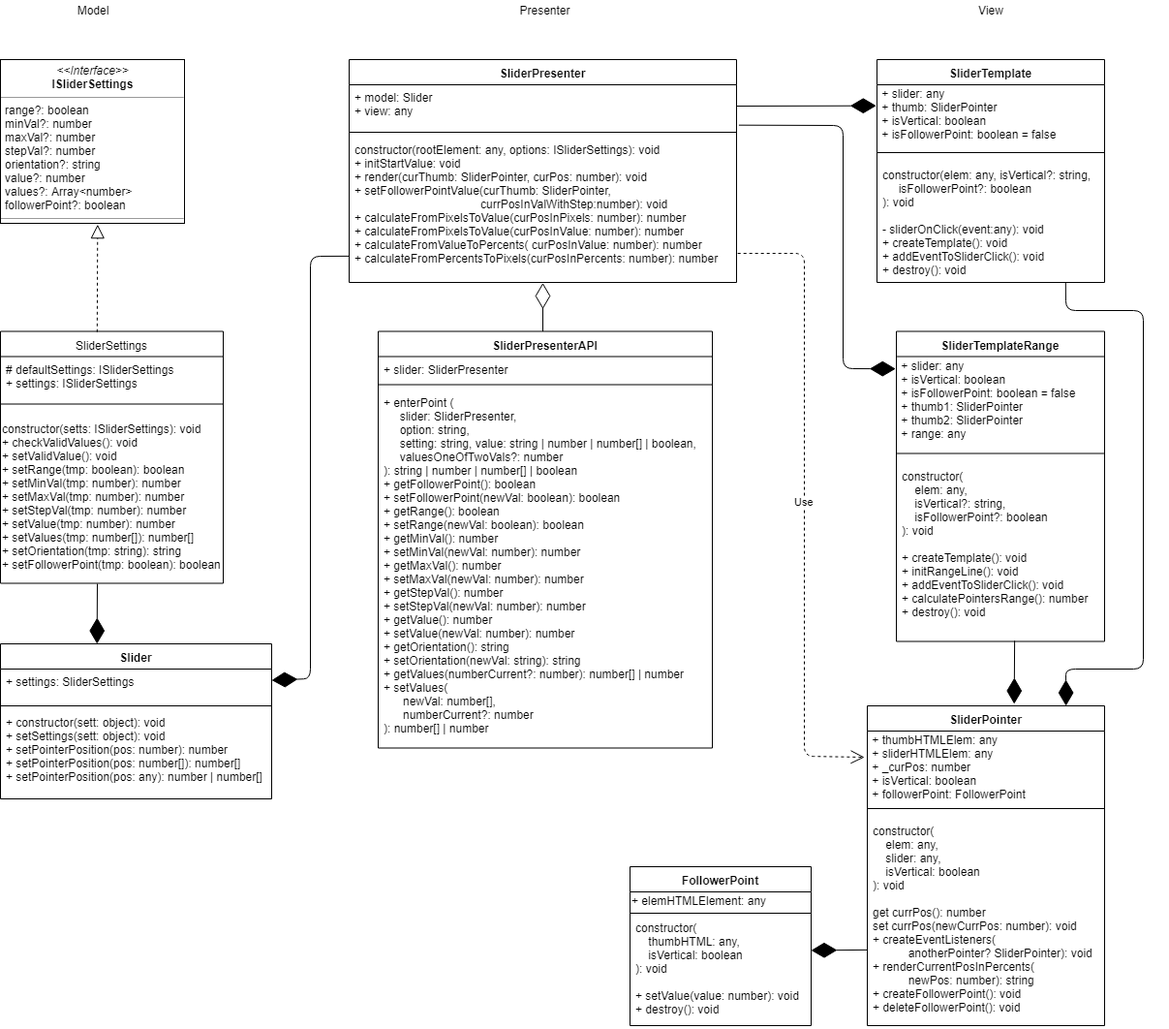
This is uml.png from Hahahayabanan/FSD-4th-task, a draw.io export, as it was before one commit. Source tidied: cells renumbered, new cells last; positions are measured from the earlier drawing's top-left corner, leaving out a move shared by most shapes.
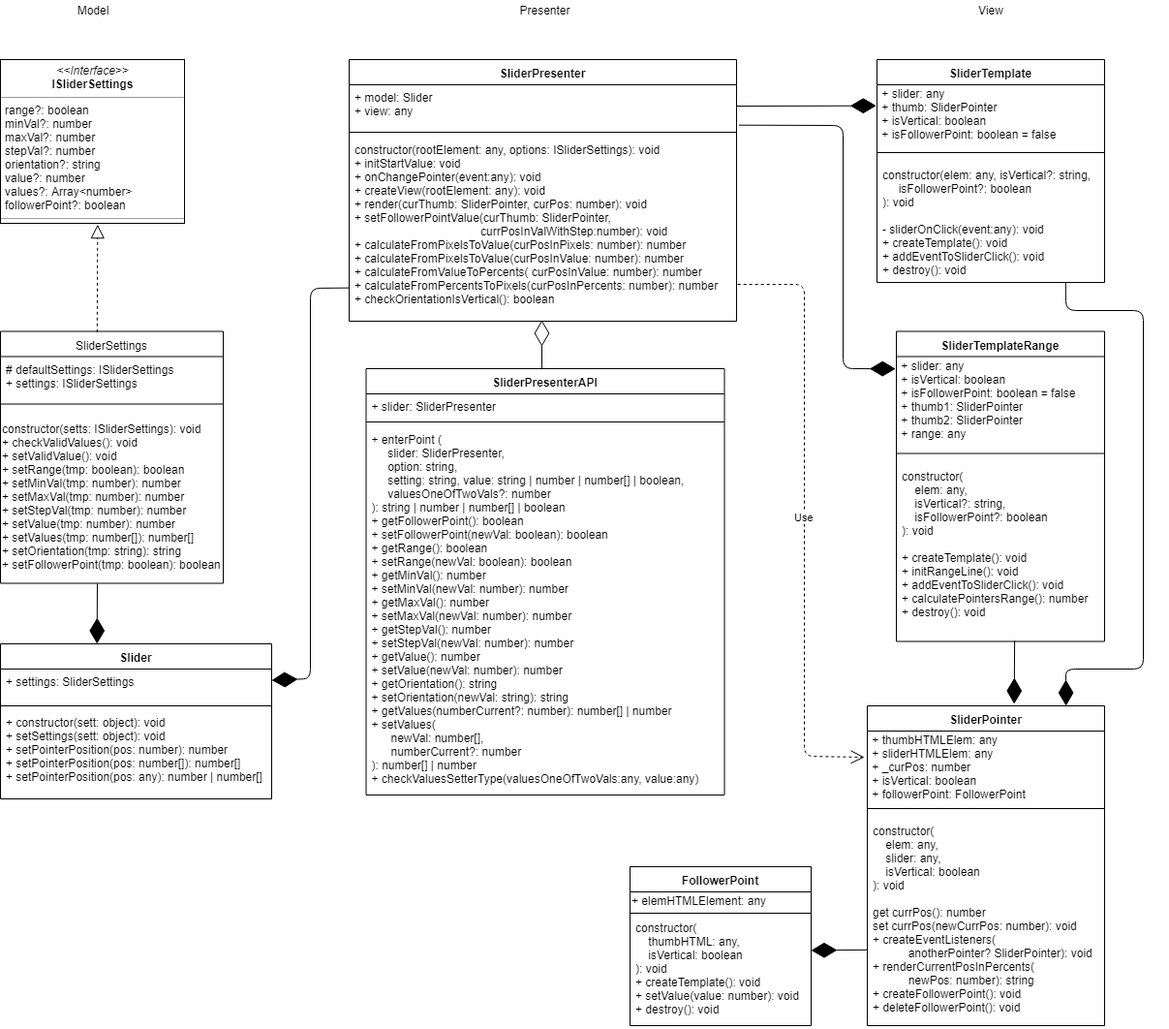
After the change.

The edit, as a diff of the source:
```diff
@@ -18,7 +18,7 @@
       <mxGeometry y="106" width="235" height="124" as="geometry" />
     </mxCell>
     <mxCell id="7" value="SliderPresenter" style="swimlane;fontStyle=1;align=center;verticalAlign=top;horizontal=1;startSize=26;" parent="1" vertex="1">
-      <mxGeometry x="360" y="61" width="400" height="230" as="geometry" />
+      <mxGeometry x="360" y="61" width="400" height="270" as="geometry" />
     </mxCell>
     <mxCell id="8" value="+ model: Slider&#10;+ view: any" style="text;strokeColor=none;fillColor=none;align=left;verticalAlign=top;spacingLeft=4;spacingRight=4;overflow=hidden;points=[[0,0.5],[1,0.5]];portConstraint=eastwest;" parent="7" vertex="1">
       <mxGeometry y="26" width="400" height="44" as="geometry" />
@@ -26,8 +26,8 @@
     <mxCell id="9" style="line;strokeWidth=1;fillColor=none;align=left;verticalAlign=middle;spacingTop=-1;spacingLeft=3;spacingRight=3;labelPosition=right;" parent="7" vertex="1">
       <mxGeometry y="70" width="400" height="10" as="geometry" />
     </mxCell>
-    <mxCell id="10" value="constructor(rootElement: any, options: ISliderSettings): void&#10;+ initStartValue: void&#10;+ render(curThumb: SliderPointer, curPos: number): void&#10;+ setFollowerPointValue(curThumb: SliderPointer, &#10;                                       currPosInValWithStep:number): void&#10;+ calculateFromPixelsToValue(curPosInPixels: number): number&#10;+ calculateFromPixelsToValue(curPosInValue: number): number&#10;+ calculateFromValueToPercents( curPosInValue: number): number&#10;+ calculateFromPercentsToPixels(curPosInPercents: number): number&#10;" style="text;strokeColor=none;fillColor=none;align=left;verticalAlign=top;spacingLeft=4;spacingRight=4;overflow=hidden;points=[[0,0.5],[1,0.5]];portConstraint=eastwest;" parent="7" vertex="1">
-      <mxGeometry y="80" width="400" height="150" as="geometry" />
+    <mxCell id="10" value="constructor(rootElement: any, options: ISliderSettings): void&#10;+ initStartValue: void&#10;+ onChangePointer(event:any): void&#10;+ createView(rootElement: any): void&#10;+ render(curThumb: SliderPointer, curPos: number): void&#10;+ setFollowerPointValue(curThumb: SliderPointer, &#10;                                       currPosInValWithStep:number): void&#10;+ calculateFromPixelsToValue(curPosInPixels: number): number&#10;+ calculateFromPixelsToValue(curPosInValue: number): number&#10;+ calculateFromValueToPercents( curPosInValue: number): number&#10;+ calculateFromPercentsToPixels(curPosInPercents: number): number&#10;+ checkOrientationIsVertical(): boolean&#10;" style="text;strokeColor=none;fillColor=none;align=left;verticalAlign=top;spacingLeft=4;spacingRight=4;overflow=hidden;points=[[0,0.5],[1,0.5]];portConstraint=eastwest;" parent="7" vertex="1">
+      <mxGeometry y="80" width="400" height="190" as="geometry" />
     </mxCell>
     <mxCell id="11" value="Slider" style="swimlane;fontStyle=1;align=center;verticalAlign=top;horizontal=1;startSize=26;" parent="1" vertex="1">
       <mxGeometry y="664" width="280" height="160" as="geometry" />
@@ -63,16 +63,16 @@
       <mxGeometry x="1002.5" width="40" height="20" as="geometry" />
     </mxCell>
     <mxCell id="22" value="SliderPresenterAPI" style="swimlane;fontStyle=1;align=center;verticalAlign=top;horizontal=1;startSize=26;" parent="1" vertex="1">
-      <mxGeometry x="390" y="341.5" width="345" height="430" as="geometry" />
+      <mxGeometry x="377.5" y="380" width="370" height="440" as="geometry" />
     </mxCell>
     <mxCell id="23" value="+ slider: SliderPresenter" style="text;strokeColor=none;fillColor=none;align=left;verticalAlign=top;spacingLeft=4;spacingRight=4;overflow=hidden;" parent="22" vertex="1">
-      <mxGeometry y="26" width="345" height="24" as="geometry" />
+      <mxGeometry y="26" width="370" height="24" as="geometry" />
     </mxCell>
     <mxCell id="24" style="line;strokeWidth=1;fillColor=none;align=left;verticalAlign=middle;spacingTop=-1;spacingLeft=3;spacingRight=3;labelPosition=right;" parent="22" vertex="1">
-      <mxGeometry y="50" width="345" height="10" as="geometry" />
+      <mxGeometry y="50" width="370" height="10" as="geometry" />
     </mxCell>
-    <mxCell id="25" value="+ enterPoint (&#10;     slider: SliderPresenter, &#10;     option: string, &#10;     setting: string, value: string | number | number[] | boolean, &#10;     valuesOneOfTwoVals?: number&#10;): string | number | number[] | boolean&#10;+ getFollowerPoint(): boolean&#10;+ setFollowerPoint(newVal: boolean): boolean&#10;+ getRange(): boolean&#10;+ setRange(newVal: boolean): boolean&#10;+ getMinVal(): number&#10;+ setMinVal(newVal: number): number&#10;+ getMaxVal(): number&#10;+ setMaxVal(newVal: number): number&#10;+ getStepVal(): number&#10;+ setStepVal(newVal: number): number&#10;+ getValue(): number&#10;+ setValue(newVal: number): number&#10;+ getOrientation(): string&#10;+ setOrientation(newVal: string): string&#10;+ getValues(numberCurrent?: number): number[] | number&#10;+ setValues(&#10;      newVal: number[], &#10;      numberCurrent?: number&#10;): number[] | number&#10;&#10;&#10;" style="text;strokeColor=none;fillColor=none;align=left;verticalAlign=top;spacingLeft=4;spacingRight=4;overflow=hidden;" parent="22" vertex="1">
-      <mxGeometry y="60" width="345" height="370" as="geometry" />
+    <mxCell id="25" value="+ enterPoint (&#10;     slider: SliderPresenter, &#10;     option: string, &#10;     setting: string, value: string | number | number[] | boolean, &#10;     valuesOneOfTwoVals?: number&#10;): string | number | number[] | boolean&#10;+ getFollowerPoint(): boolean&#10;+ setFollowerPoint(newVal: boolean): boolean&#10;+ getRange(): boolean&#10;+ setRange(newVal: boolean): boolean&#10;+ getMinVal(): number&#10;+ setMinVal(newVal: number): number&#10;+ getMaxVal(): number&#10;+ setMaxVal(newVal: number): number&#10;+ getStepVal(): number&#10;+ setStepVal(newVal: number): number&#10;+ getValue(): number&#10;+ setValue(newVal: number): number&#10;+ getOrientation(): string&#10;+ setOrientation(newVal: string): string&#10;+ getValues(numberCurrent?: number): number[] | number&#10;+ setValues(&#10;      newVal: number[], &#10;      numberCurrent?: number&#10;): number[] | number&#10;+ checkValuesSetterType(valuesOneOfTwoVals:any, value:any)&#10;&#10;&#10;" style="text;strokeColor=none;fillColor=none;align=left;verticalAlign=top;spacingLeft=4;spacingRight=4;overflow=hidden;" parent="22" vertex="1">
+      <mxGeometry y="60" width="370" height="380" as="geometry" />
     </mxCell>
     <mxCell id="26" value="SliderTemplateRange" style="swimlane;fontStyle=1;align=center;verticalAlign=top;horizontal=1;startSize=26;" parent="1" vertex="1">
       <mxGeometry x="925" y="341.5" width="215" height="320" as="geometry" />
@@ -107,7 +107,7 @@
     <mxCell id="36" style="line;strokeWidth=1;fillColor=none;align=left;verticalAlign=middle;spacingTop=-1;spacingLeft=3;spacingRight=3;labelPosition=right;" parent="34" vertex="1">
       <mxGeometry y="46" width="187" height="4" as="geometry" />
     </mxCell>
-    <mxCell id="37" value="constructor(&#10;    thumbHTML: any,&#10;    isVertical: boolean&#10;): void&#10;&#10;+ setValue(value: number): void&#10;+ destroy(): void" style="text;strokeColor=none;fillColor=none;align=left;verticalAlign=top;spacingLeft=4;spacingRight=4;overflow=hidden;points=[[0,0.5],[1,0.5]];portConstraint=eastwest;" parent="34" vertex="1">
+    <mxCell id="37" value="constructor(&#10;    thumbHTML: any,&#10;    isVertical: boolean&#10;): void&#10;+ createTemplate(): void&#10;+ setValue(value: number): void&#10;+ destroy(): void" style="text;strokeColor=none;fillColor=none;align=left;verticalAlign=top;spacingLeft=4;spacingRight=4;overflow=hidden;points=[[0,0.5],[1,0.5]];portConstraint=eastwest;" parent="34" vertex="1">
       <mxGeometry y="50" width="187" height="114" as="geometry" />
     </mxCell>
     <mxCell id="38" style="endArrow=diamondThin;endFill=1;endSize=24;html=1;entryX=0.356;entryY=0;entryDx=0;entryDy=0;entryPerimeter=0;" parent="1" edge="1" target="11">
@@ -137,7 +137,7 @@
     <mxCell id="42" style="endArrow=diamondThin;endFill=1;endSize=24;html=1;exitX=0.001;exitY=0.819;exitDx=0;exitDy=0;exitPerimeter=0;" parent="1" edge="1" source="10" target="12">
       <mxGeometry relative="1" as="geometry">
         <Array as="points">
-          <mxPoint x="320" y="264" />
+          <mxPoint x="320" y="297" />
           <mxPoint x="320" y="700" />
         </Array>
       </mxGeometry>
@@ -157,15 +157,15 @@
     <mxCell id="45" value="Use" style="endArrow=open;endSize=12;dashed=1;html=1;exitX=1.003;exitY=0.8;exitDx=0;exitDy=0;exitPerimeter=0;entryX=-0.012;entryY=0.386;entryDx=0;entryDy=0;entryPerimeter=0;" parent="1" edge="1" source="10" target="31">
       <mxGeometry relative="1" as="geometry">
         <Array as="points">
-          <mxPoint x="830" y="261" />
+          <mxPoint x="830" y="293" />
           <mxPoint x="830" y="780" />
         </Array>
       </mxGeometry>
     </mxCell>
     <mxCell id="46" style="endArrow=diamondThin;endFill=0;endSize=24;html=1;" parent="1" edge="1">
       <mxGeometry relative="1" as="geometry">
-        <mxPoint x="560" y="341.5" as="sourcePoint" />
-        <mxPoint x="560" y="291.5" as="targetPoint" />
+        <mxPoint x="559" y="380" as="sourcePoint" />
+        <mxPoint x="559" y="330" as="targetPoint" />
       </mxGeometry>
     </mxCell>
     <mxCell id="47" style="endArrow=diamondThin;endFill=1;endSize=24;html=1;entryX=1;entryY=0.319;entryDx=0;entryDy=0;entryPerimeter=0;exitX=-0.001;exitY=0.635;exitDx=0;exitDy=0;exitPerimeter=0;" parent="1" edge="1" source="33" target="37">
```
